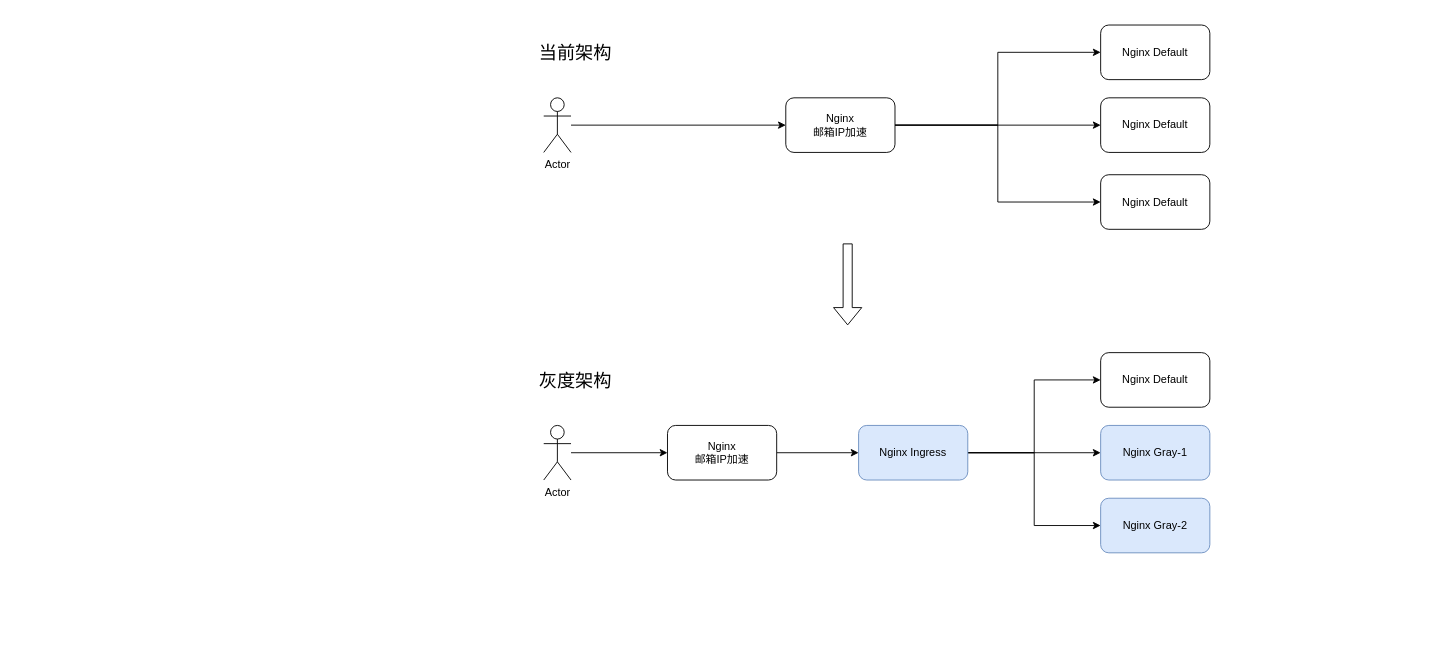
Earlier version of the draw.io diagram page "Page-2" (2 of 2) of 前端灰度.drawio (maxuewen/draw.io). Source tidied: cells renumbered, new cells numbered last; positions are measured from the earlier drawing's top-left corner, leaving out a move shared by most shapes. Both pictures are drawn from the tidied source at 91%, with x=0, y=0 at pixel (516, 25).
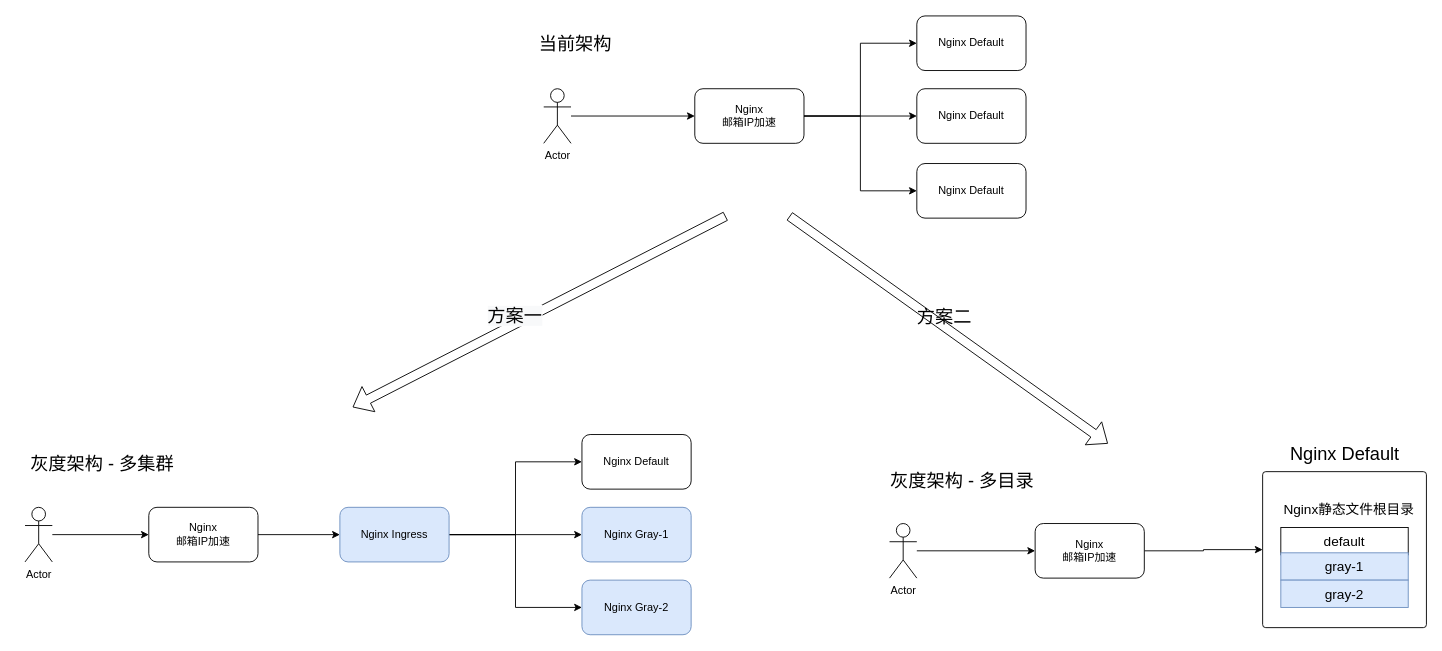
After the change.

What changed in the source:
```diff
@@
     <mxCell id="3" value="Actor" style="shape=umlActor;verticalLabelPosition=bottom;verticalAlign=top;html=1;outlineConnect=0;" parent="1" vertex="1">
-      <mxGeometry x="30" y="80" width="30" height="60" as="geometry" />
+      <mxGeometry x="30" y="70" width="30" height="60" as="geometry" />
     </mxCell>
@@
+    <mxCell id="6" style="edgeStyle=orthogonalEdgeStyle;rounded=0;jettySize=auto;html=1;entryX=0;entryY=0.5;entryDx=0;entryDy=0;" parent="1" edge="1" source="7" target="10">
+      <mxGeometry relative="1" as="geometry" />
+    </mxCell>
-    <mxCell id="5" style="edgeStyle=orthogonalEdgeStyle;rounded=0;jettySize=auto;html=1;entryX=0;entryY=0.5;entryDx=0;entryDy=0;" parent="1" edge="1" source="7" target="8">
+    <mxCell id="5" style="edgeStyle=orthogonalEdgeStyle;rounded=0;jettySize=auto;html=1;fontSize=20;" parent="1" edge="1" source="7" target="8">
       <mxGeometry relative="1" as="geometry" />
     </mxCell>
-    <mxCell id="6" style="edgeStyle=orthogonalEdgeStyle;rounded=0;jettySize=auto;html=1;entryX=0;entryY=0.5;entryDx=0;entryDy=0;" parent="1" edge="1" source="7" target="10">
-      <mxGeometry relative="1" as="geometry" />
-    </mxCell>
     <mxCell id="7" value="Nginx&lt;br&gt;邮箱IP加速" style="rounded=1;whiteSpace=wrap;html=1;" parent="1" vertex="1">
-      <mxGeometry x="296" y="80" width="120" height="60" as="geometry" />
+      <mxGeometry x="196" y="70" width="120" height="60" as="geometry" />
     </mxCell>
     <mxCell id="8" value="Nginx Default" style="rounded=1;whiteSpace=wrap;html=1;" parent="1" vertex="1">
-      <mxGeometry x="642" y="80" width="120" height="60" as="geometry" />
+      <mxGeometry x="440" y="70" width="120" height="60" as="geometry" />
     </mxCell>
     <mxCell id="9" value="Nginx Default" style="rounded=1;whiteSpace=wrap;html=1;" parent="1" vertex="1">
-      <mxGeometry x="642" width="120" height="60" as="geometry" />
+      <mxGeometry x="440" y="-10" width="120" height="60" as="geometry" />
     </mxCell>
     <mxCell id="10" value="Nginx Default" style="rounded=1;whiteSpace=wrap;html=1;" parent="1" vertex="1">
-      <mxGeometry x="642" y="164.5" width="120" height="60" as="geometry" />
+      <mxGeometry x="440" y="152.2" width="120" height="60" as="geometry" />
     </mxCell>
@@
     <mxCell id="14" value="Nginx Ingress" style="rounded=1;whiteSpace=wrap;html=1;fillColor=#dae8fc;strokeColor=#6c8ebf;" parent="1" vertex="1">
-      <mxGeometry x="376" y="440" width="120" height="60" as="geometry" />
+      <mxGeometry x="-194" y="530" width="120" height="60" as="geometry" />
     </mxCell>
     <mxCell id="15" value="Nginx Default" style="rounded=1;whiteSpace=wrap;html=1;" parent="1" vertex="1">
-      <mxGeometry x="642" y="360" width="120" height="60" as="geometry" />
+      <mxGeometry x="72" y="450" width="120" height="60" as="geometry" />
     </mxCell>
     <mxCell id="16" value="Nginx Gray-1" style="rounded=1;whiteSpace=wrap;html=1;fillColor=#dae8fc;strokeColor=#6c8ebf;" parent="1" vertex="1">
-      <mxGeometry x="642" y="440" width="120" height="60" as="geometry" />
+      <mxGeometry x="72" y="530" width="120" height="60" as="geometry" />
     </mxCell>
     <mxCell id="17" value="Nginx Gray-2" style="rounded=1;whiteSpace=wrap;html=1;fillColor=#dae8fc;strokeColor=#6c8ebf;" parent="1" vertex="1">
-      <mxGeometry x="642" y="520" width="120" height="60" as="geometry" />
+      <mxGeometry x="72" y="610" width="120" height="60" as="geometry" />
     </mxCell>
@@
     <mxCell id="19" value="Actor" style="shape=umlActor;verticalLabelPosition=bottom;verticalAlign=top;html=1;outlineConnect=0;" parent="1" vertex="1">
-      <mxGeometry x="30" y="440" width="30" height="60" as="geometry" />
+      <mxGeometry x="-540" y="530" width="30" height="60" as="geometry" />
     </mxCell>
@@
     <mxCell id="21" value="Nginx&lt;br&gt;邮箱IP加速" style="rounded=1;whiteSpace=wrap;html=1;" parent="1" vertex="1">
-      <mxGeometry x="166" y="440" width="120" height="60" as="geometry" />
+      <mxGeometry x="-404" y="530" width="120" height="60" as="geometry" />
     </mxCell>
     <mxCell id="22" style="shape=flexArrow;endArrow=classic;html=1;rounded=0;" parent="1" edge="1">
       <mxGeometry relative="1" as="geometry">
-        <mxPoint x="364" y="240" as="sourcePoint" />
-        <mxPoint x="364" y="330" as="targetPoint" />
+        <mxPoint x="230" y="210" as="sourcePoint" />
+        <mxPoint x="-180" y="420" as="targetPoint" />
       </mxGeometry>
     </mxCell>
+    <mxCell id="25" value="&lt;span style=&quot;background-color: rgb(248, 249, 250);&quot;&gt;方案一&lt;/span&gt;" style="edgeLabel;html=1;align=center;verticalAlign=middle;fontSize=20;" parent="22" vertex="1">
+      <mxGeometry x="0.11" y="-10" relative="1" as="geometry">
+        <mxPoint y="1" as="offset" />
+      </mxGeometry>
+    </mxCell>
     <mxCell id="23" value="&lt;font style=&quot;font-size: 20px;&quot;&gt;当前架构&lt;/font&gt;" style="text;html=1;strokeColor=none;fillColor=none;align=center;verticalAlign=middle;whiteSpace=wrap;rounded=0;" parent="1" vertex="1">
-      <mxGeometry y="15" width="130" height="30" as="geometry" />
+      <mxGeometry y="5" width="130" height="30" as="geometry" />
     </mxCell>
-    <mxCell id="24" value="&lt;font style=&quot;font-size: 20px;&quot;&gt;灰度架构&lt;/font&gt;" style="text;html=1;strokeColor=none;fillColor=none;align=center;verticalAlign=middle;whiteSpace=wrap;rounded=0;" parent="1" vertex="1">
-      <mxGeometry y="375" width="130" height="30" as="geometry" />
+    <mxCell id="24" value="&lt;font style=&quot;font-size: 20px;&quot;&gt;灰度架构 - 多集群&lt;/font&gt;" style="text;html=1;strokeColor=none;fillColor=none;align=center;verticalAlign=middle;whiteSpace=wrap;rounded=0;" parent="1" vertex="1">
+      <mxGeometry x="-550" y="467.2" width="190" height="30" as="geometry" />
     </mxCell>
+    <mxCell id="26" style="edgeStyle=orthogonalEdgeStyle;rounded=0;jettySize=auto;html=1;entryX=0;entryY=0.5;entryDx=0;entryDy=0;" parent="1" edge="1" source="27" target="29">
+      <mxGeometry relative="1" as="geometry" />
+    </mxCell>
+    <mxCell id="27" value="Actor" style="shape=umlActor;verticalLabelPosition=bottom;verticalAlign=top;html=1;outlineConnect=0;" parent="1" vertex="1">
+      <mxGeometry x="410" y="547.8" width="30" height="60" as="geometry" />
+    </mxCell>
+    <mxCell id="28" style="edgeStyle=orthogonalEdgeStyle;rounded=0;jettySize=auto;html=1;entryX=0;entryY=0.5;entryDx=0;entryDy=0;fontSize=20;" parent="1" edge="1" source="29" target="30">
+      <mxGeometry relative="1" as="geometry" />
+    </mxCell>
+    <mxCell id="29" value="Nginx&lt;br&gt;邮箱IP加速" style="rounded=1;whiteSpace=wrap;html=1;" parent="1" vertex="1">
+      <mxGeometry x="570" y="547.8" width="120" height="60" as="geometry" />
+    </mxCell>
+    <mxCell id="30" style="rounded=1;whiteSpace=wrap;html=1;arcSize=2;" parent="1" vertex="1">
+      <mxGeometry x="820" y="490.8" width="180" height="171.4" as="geometry" />
+    </mxCell>
+    <mxCell id="31" value="&lt;span style=&quot;font-size: 20px;&quot;&gt;灰度架构 - 多目录&lt;/span&gt;" style="text;html=1;strokeColor=none;fillColor=none;align=center;verticalAlign=middle;whiteSpace=wrap;rounded=0;" parent="1" vertex="1">
+      <mxGeometry x="400" y="485" width="180" height="30" as="geometry" />
+    </mxCell>
+    <mxCell id="32" value="default" style="rounded=0;whiteSpace=wrap;html=1;fontSize=15;" parent="1" vertex="1">
+      <mxGeometry x="840" y="552.2" width="140" height="30" as="geometry" />
+    </mxCell>
+    <mxCell id="33" value="gray-1" style="rounded=0;whiteSpace=wrap;html=1;fontSize=15;fillColor=#dae8fc;strokeColor=#6c8ebf;" parent="1" vertex="1">
+      <mxGeometry x="840" y="580" width="140" height="30" as="geometry" />
+    </mxCell>
+    <mxCell id="34" value="gray-2" style="rounded=0;whiteSpace=wrap;html=1;fontSize=15;fillColor=#dae8fc;strokeColor=#6c8ebf;" parent="1" vertex="1">
+      <mxGeometry x="840" y="610" width="140" height="30" as="geometry" />
+    </mxCell>
+    <mxCell id="35" value="Nginx静态文件根目录" style="text;html=1;strokeColor=none;fillColor=none;align=center;verticalAlign=middle;whiteSpace=wrap;rounded=0;fontSize=15;" parent="1" vertex="1">
+      <mxGeometry x="840" y="517.2" width="150" height="30" as="geometry" />
+    </mxCell>
+    <mxCell id="36" value="&lt;font style=&quot;font-size: 20px;&quot;&gt;Nginx Default&lt;/font&gt;" style="text;html=1;align=center;verticalAlign=middle;strokeColor=none;fillColor=none;fontSize=15;" parent="1" vertex="1">
+      <mxGeometry x="840" y="450" width="140" height="40" as="geometry" />
+    </mxCell>
+    <mxCell id="37" style="shape=flexArrow;endArrow=classic;html=1;rounded=0;" parent="1" edge="1">
+      <mxGeometry relative="1" as="geometry">
+        <mxPoint x="300" y="210" as="sourcePoint" />
+        <mxPoint x="650" y="460" as="targetPoint" />
+      </mxGeometry>
+    </mxCell>
+    <mxCell id="38" value="&lt;span style=&quot;&quot;&gt;方案二&lt;/span&gt;" style="text;html=1;align=center;verticalAlign=middle;strokeColor=none;fillColor=none;fontSize=20;" parent="1" vertex="1">
+      <mxGeometry x="430" y="300" width="80" height="40" as="geometry" />
+    </mxCell>
```
